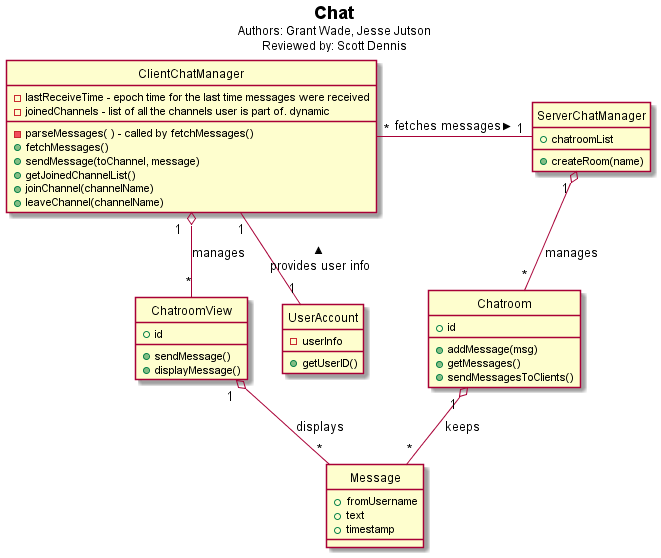
This is hw3/Chat/fullChat.png from voxelv/sQuire_kw, a PlantUML export, as it was before one commit.
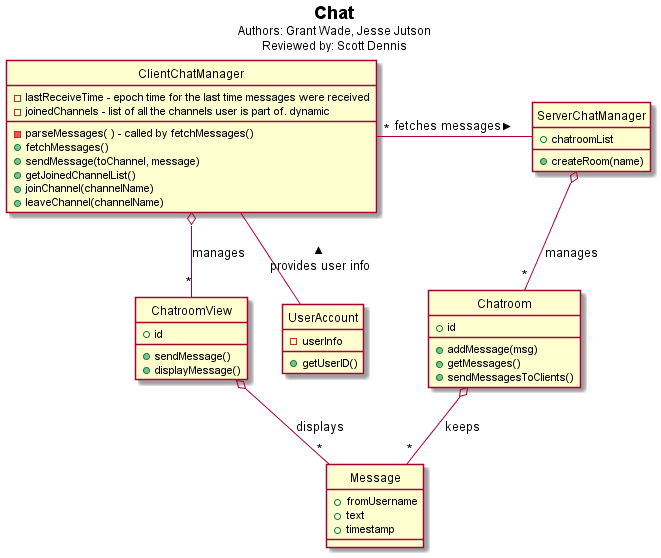
After the commit.

Commit message:
Removed implied "1"s in multiplicity

What changed in the source:
```diff
@@ -52,14 +52,14 @@
 }
 
 
-chat "1 " o-- "*" chatroom : manages
-chatroom "1 " o-- "*" msg : keeps
+chat  o-- "*" chatroom : manages
+chatroom  o-- "*" msg : keeps
 
-clientChat "1  " o-- "*" clientChatroom : manages
-userAccount "1" -up- "1" clientChat : provides user info >
-clientChatroom "1  " o-- "*" msg : displays
+clientChat  o-- "*" clientChatroom : manages
+userAccount  -up-  clientChat : provides user info >
+clientChatroom  o-- "*" msg : displays
 
 
-clientChat "*" -r- "1" chat : fetches messages >
+clientChat "*" -r- chat : fetches messages >
 
 @enduml
```
